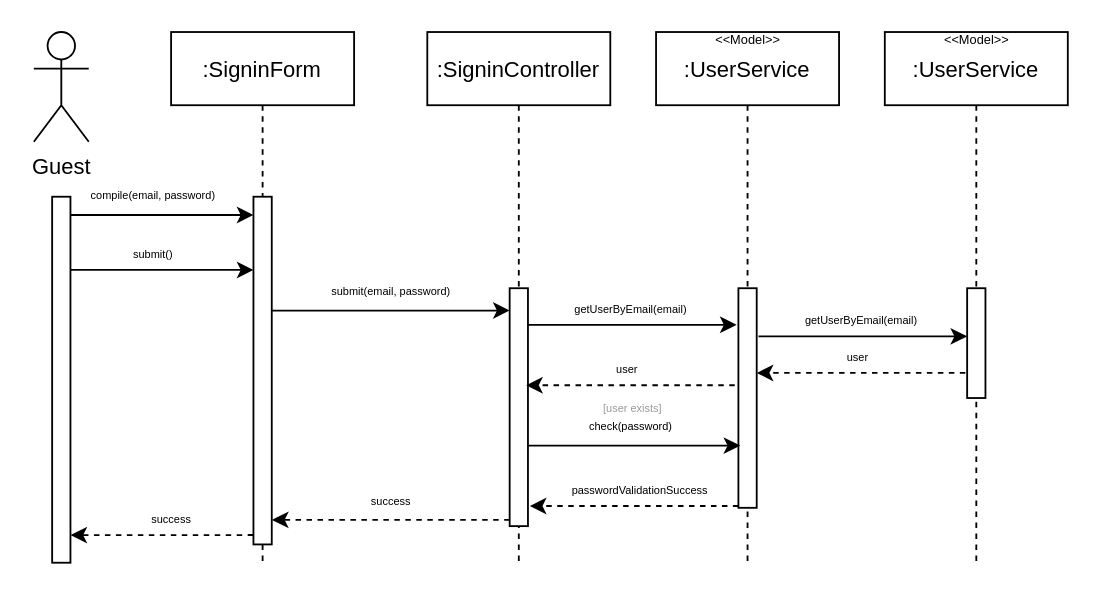
The draw.io diagram page "Login" (3 of 4) of Docs/Requirements Analysis/Diagrams/Sequence Diagrams/Autenticazione/Winer.SequenceDiagrams.Autenticazione.drawio in Gprisco/winer-unisa, before the edit. Source tidied: cells renumbered, new cells numbered last; positions are measured from the earlier drawing's top-left corner, leaving out a move shared by most shapes. Both pictures are drawn from the tidied source at 183%, with x=0, y=0 at pixel (33, 31).
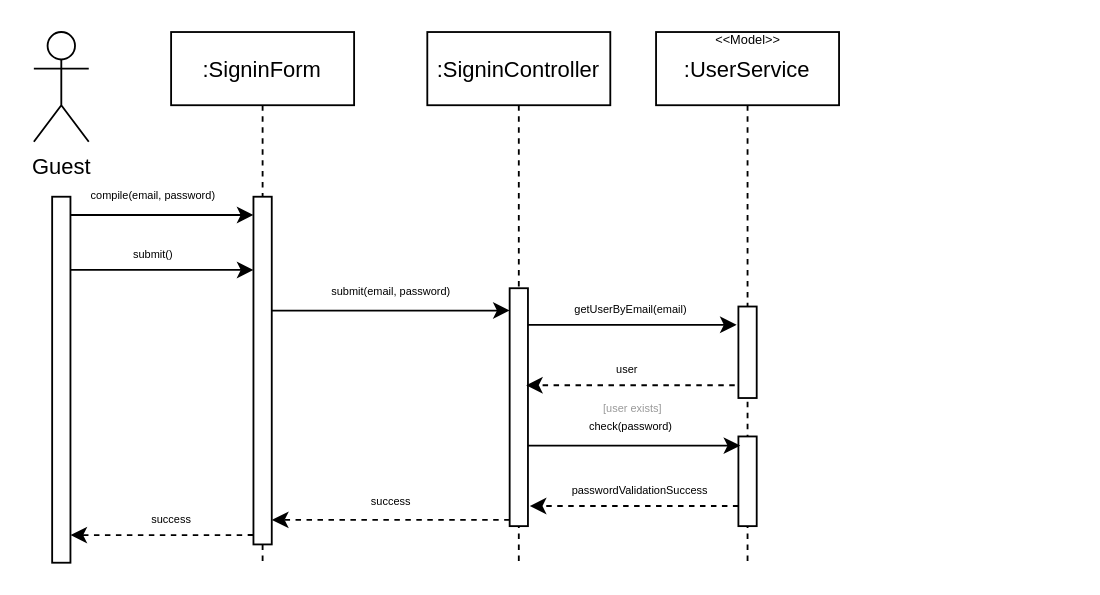
The same diagram, later.

Unchanged cells that the change refers to:
```xml
<mxCell id="14" value=":UserService" style="shape=umlLifeline;perimeter=lifelinePerimeter;rounded=0;shadow=0;strokeWidth=1;" parent="1" vertex="1">
  <mxGeometry x="340" width="100" height="290" as="geometry" />
</mxCell>
```

What changed in the source:
```diff
@@
     <mxCell id="15" style="perimeter=orthogonalPerimeter;rounded=0;shadow=0;strokeWidth=1;" parent="14" vertex="1">
-      <mxGeometry x="45" y="140" width="10" height="120" as="geometry" />
+      <mxGeometry x="45" y="150" width="10" height="50" as="geometry" />
     </mxCell>
@@
+    <mxCell id="37" style="perimeter=orthogonalPerimeter;rounded=0;shadow=0;strokeWidth=1;" parent="14" vertex="1">
+      <mxGeometry x="45" y="221" width="10" height="49" as="geometry" />
+    </mxCell>
@@
-    <mxCell id="30" value=":UserService" style="shape=umlLifeline;perimeter=lifelinePerimeter;rounded=0;shadow=0;strokeWidth=1;" parent="1" vertex="1">
-      <mxGeometry x="465" width="100" height="290" as="geometry" />
-    </mxCell>
-    <mxCell id="31" style="perimeter=orthogonalPerimeter;rounded=0;shadow=0;strokeWidth=1;" parent="30" vertex="1">
-      <mxGeometry x="45" y="140" width="10" height="60" as="geometry" />
-    </mxCell>
-    <mxCell id="32" value="&amp;lt;&amp;lt;Model&amp;gt;&amp;gt;" style="text;html=1;align=center;verticalAlign=middle;strokeColor=none;fillColor=none;fontSize=7;" parent="30" vertex="1">
-      <mxGeometry x="25" width="50" height="10" as="geometry" />
-    </mxCell>
-    <mxCell id="33" style="edgeStyle=orthogonalEdgeStyle;rounded=0;orthogonalLoop=1;jettySize=auto;html=1;fontSize=6;" parent="1" edge="1">
-      <mxGeometry relative="1" as="geometry">
-        <mxPoint x="396" y="166.3" as="sourcePoint" />
-        <mxPoint x="510" y="166.3" as="targetPoint" />
-        <Array as="points">
-          <mxPoint x="510" y="166.3" />
-        </Array>
-      </mxGeometry>
-    </mxCell>
-    <mxCell id="34" value="getUserByEmail(email)" style="text;html=1;align=center;verticalAlign=middle;strokeColor=none;fillColor=none;fontSize=6;" parent="1" vertex="1">
-      <mxGeometry x="412" y="153.3" width="80" height="10" as="geometry" />
-    </mxCell>
-    <mxCell id="35" style="edgeStyle=orthogonalEdgeStyle;rounded=0;orthogonalLoop=1;jettySize=auto;html=1;fontSize=6;dashed=1;" parent="1" edge="1">
-      <mxGeometry relative="1" as="geometry">
-        <mxPoint x="509" y="186.3" as="sourcePoint" />
-        <mxPoint x="395" y="186.3" as="targetPoint" />
-        <Array as="points">
-          <mxPoint x="395" y="186.3" />
-        </Array>
-      </mxGeometry>
-    </mxCell>
-    <mxCell id="36" value="user" style="text;html=1;align=center;verticalAlign=middle;strokeColor=none;fillColor=none;fontSize=6;" parent="1" vertex="1">
-      <mxGeometry x="435" y="173.3" width="30" height="10" as="geometry" />
-    </mxCell>
```
